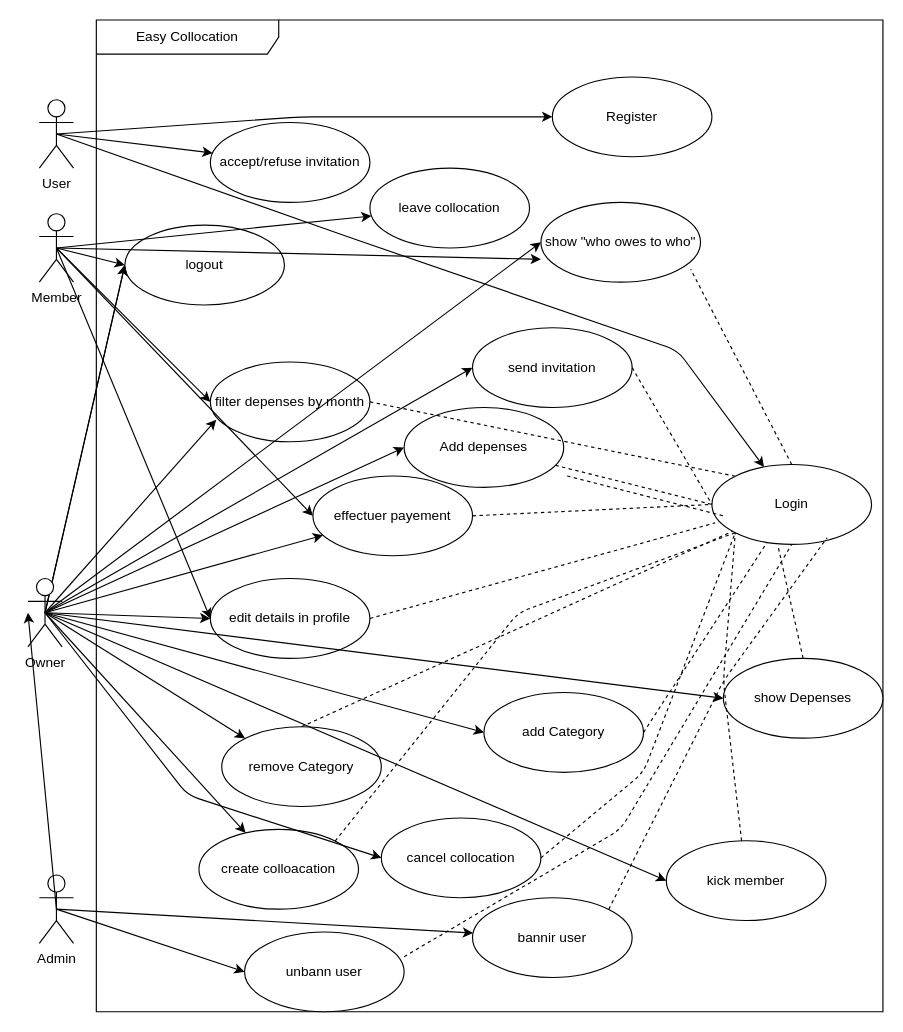
Earlier version of the draw.io diagram diagrammes/dgm_Use_case.drawio (Ammar-Kasimi/briefSoutenance2). Source tidied: cells renumbered, new cells numbered last; positions are measured from the earlier drawing's top-left corner, leaving out a move shared by most shapes. Both pictures are drawn from the tidied source at 114%, with x=0, y=0 at pixel (27, 19).
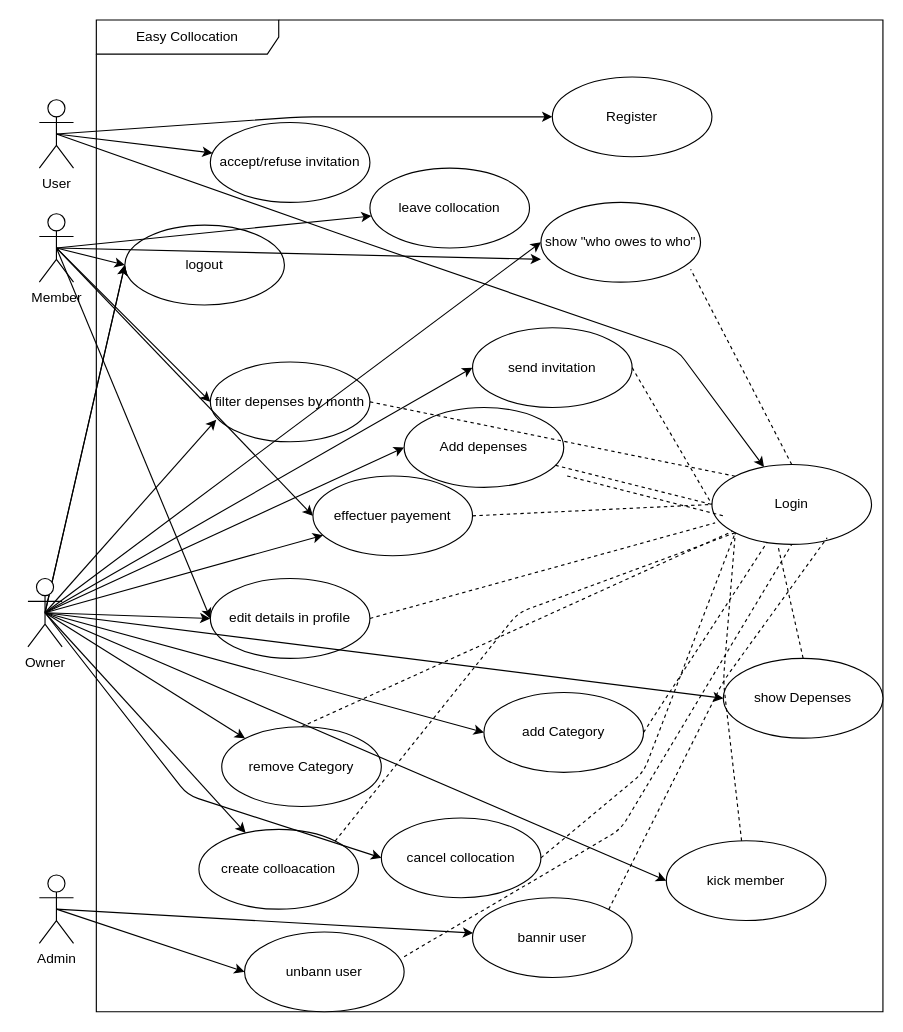
The same page after the edit.

The change refers to these unchanged cells:
```xml
<mxCell id="59" value="Admin" style="shape=umlActor;verticalLabelPosition=bottom;verticalAlign=top;html=1;" parent="1" vertex="1">
  <mxGeometry x="10" y="750" width="30" height="60" as="geometry" />
</mxCell>
<mxCell id="65" value="Owner" style="shape=umlActor;verticalLabelPosition=bottom;verticalAlign=top;html=1;" parent="1" vertex="1">
  <mxGeometry y="490" width="30" height="60" as="geometry" />
</mxCell>
```

Diff of the diagram source:
```diff
@@
-    <mxCell id="62" style="edgeStyle=none;html=1;exitX=0.5;exitY=0.5;exitDx=0;exitDy=0;exitPerimeter=0;entryX=0;entryY=0.5;entryDx=0;entryDy=0;" parent="1" edge="1" source="59" target="65">
-      <mxGeometry relative="1" as="geometry" />
-    </mxCell>
```
